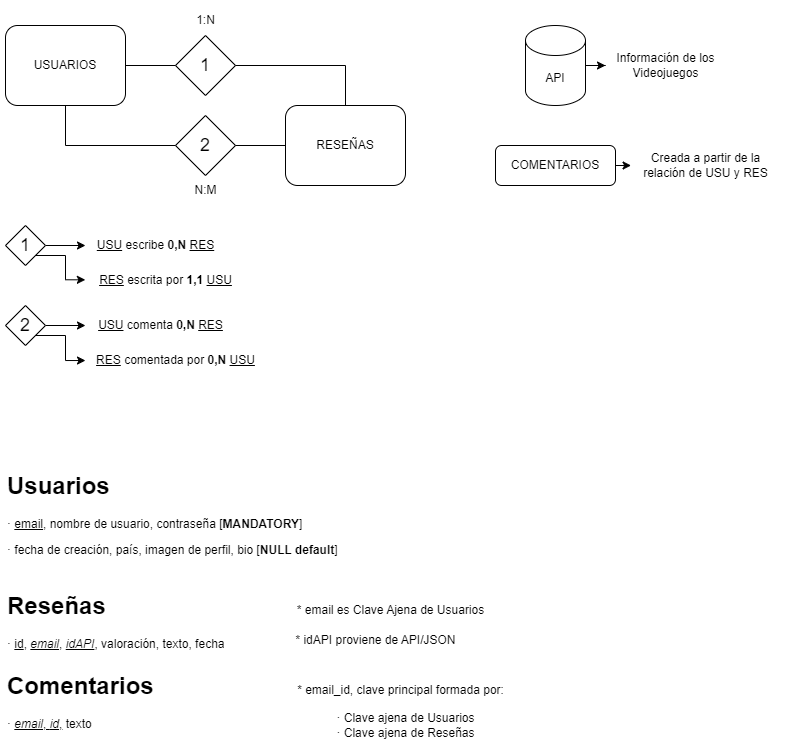
The draw.io diagram Critical Level Database.drawio.png in Jozaru27/Critical-Level, before a commit. Source tidied: cells renumbered, new cells last; positions are measured from the earlier drawing's top-left corner, leaving out a move shared by most shapes.
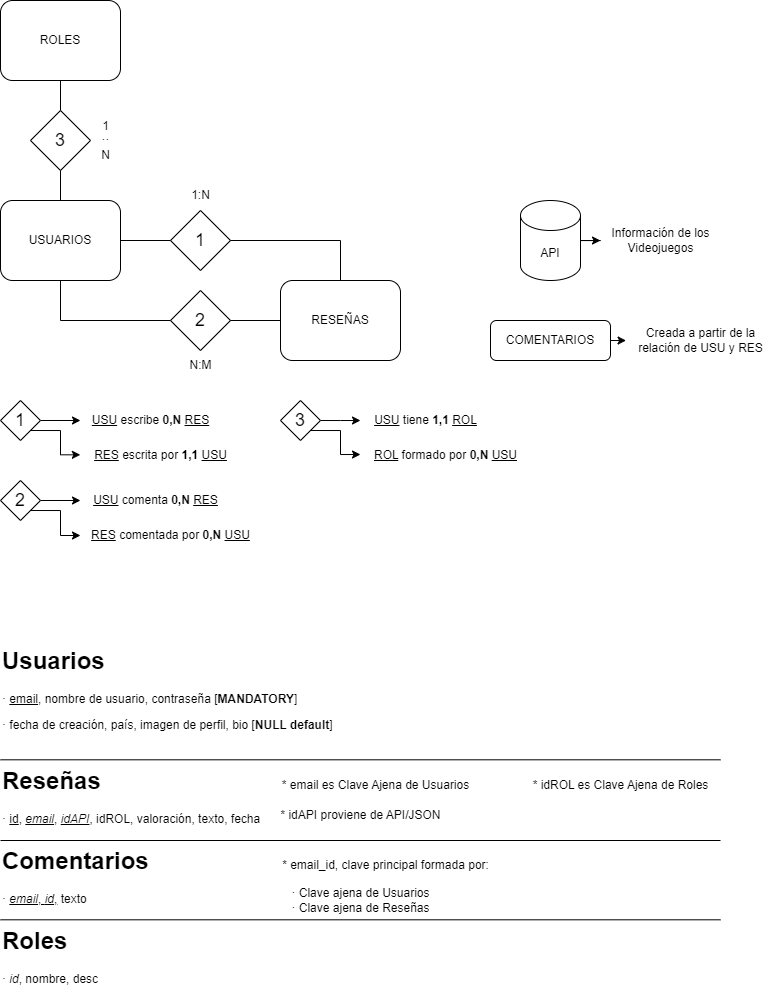
Above is the later version.

Change to the diagram source:
```diff
@@ -87,23 +87,23 @@
     <mxCell id="26" value="&lt;h1 style=&quot;margin-top: 0px;&quot;&gt;Usuarios&lt;/h1&gt;&lt;p&gt;· &lt;u&gt;email&lt;/u&gt;, nombre de usuario, contraseña [&lt;b&gt;MANDATORY&lt;/b&gt;]&lt;/p&gt;&lt;p&gt;· fecha de creación, país, imagen de perfil, bio [&lt;b&gt;NULL default&lt;/b&gt;]&lt;/p&gt;" style="text;html=1;whiteSpace=wrap;overflow=hidden;rounded=0;" parent="1" vertex="1">
       <mxGeometry y="460" width="400" height="120" as="geometry" />
     </mxCell>
-    <mxCell id="27" value="&lt;h1 style=&quot;margin-top: 0px;&quot;&gt;Reseñas&lt;/h1&gt;&lt;p&gt;· &lt;u&gt;id&lt;/u&gt;, &lt;i&gt;&lt;u&gt;email&lt;/u&gt;&lt;/i&gt;, &lt;i&gt;&lt;u&gt;idAPI&lt;/u&gt;&lt;/i&gt;, valoración, texto, fecha&lt;/p&gt;" style="text;html=1;whiteSpace=wrap;overflow=hidden;rounded=0;" parent="1" vertex="1">
-      <mxGeometry y="580" width="240" height="80" as="geometry" />
+    <mxCell id="27" value="&lt;h1 style=&quot;margin-top: 0px;&quot;&gt;Reseñas&lt;/h1&gt;&lt;p&gt;· &lt;u&gt;id&lt;/u&gt;, &lt;i&gt;&lt;u&gt;email&lt;/u&gt;&lt;/i&gt;, &lt;i&gt;&lt;u&gt;idAPI&lt;/u&gt;&lt;/i&gt;, idROL, valoración, texto, fecha&lt;/p&gt;" style="text;html=1;whiteSpace=wrap;overflow=hidden;rounded=0;" parent="1" vertex="1">
+      <mxGeometry y="580" width="280" height="80" as="geometry" />
     </mxCell>
     <mxCell id="28" value="&lt;h1 style=&quot;margin-top: 0px;&quot;&gt;Comentarios&lt;/h1&gt;&lt;p&gt;· &lt;u&gt;&lt;i&gt;email&lt;/i&gt;, &lt;i&gt;id&lt;/i&gt;,&lt;/u&gt; texto&lt;/p&gt;" style="text;html=1;whiteSpace=wrap;overflow=hidden;rounded=0;" parent="1" vertex="1">
       <mxGeometry y="660" width="240" height="80" as="geometry" />
     </mxCell>
     <mxCell id="29" value="* email es Clave Ajena de Usuarios" style="text;html=1;align=center;verticalAlign=middle;strokeColor=none;fillColor=none;" parent="1" vertex="1">
-      <mxGeometry x="280" y="590" width="210" height="30" as="geometry" />
+      <mxGeometry x="270" y="590" width="210" height="30" as="geometry" />
     </mxCell>
     <mxCell id="30" value="* idAPI proviene de API/JSON" style="text;html=1;align=center;verticalAlign=middle;strokeColor=none;fillColor=none;" parent="1" vertex="1">
-      <mxGeometry x="280" y="620" width="180" height="30" as="geometry" />
+      <mxGeometry x="270" y="620" width="180" height="30" as="geometry" />
     </mxCell>
     <mxCell id="31" value="* email_id, clave principal formada por:" style="text;html=1;align=center;verticalAlign=middle;strokeColor=none;fillColor=none;" parent="1" vertex="1">
-      <mxGeometry x="280" y="670" width="230" height="30" as="geometry" />
+      <mxGeometry x="270" y="670" width="230" height="30" as="geometry" />
     </mxCell>
     <mxCell id="32" value="· Clave ajena de Usuarios&lt;div&gt;· Clave ajena de Reseñas&lt;/div&gt;" style="text;html=1;align=center;verticalAlign=middle;strokeColor=none;fillColor=none;" parent="1" vertex="1">
-      <mxGeometry x="320" y="700" width="160" height="40" as="geometry" />
+      <mxGeometry x="280" y="700" width="160" height="40" as="geometry" />
     </mxCell>
     <mxCell id="33" value="Información de los&lt;div&gt;Videojuegos&lt;/div&gt;" style="text;html=1;align=center;verticalAlign=middle;points=[];strokeColor=none;fillColor=none;" parent="1" vertex="1">
       <mxGeometry x="600" y="40" width="120" height="40" as="geometry" />
@@ -117,5 +117,66 @@
     <mxCell id="36" style="edgeStyle=orthogonalEdgeStyle;rounded=0;jettySize=auto;html=1;exitX=1;exitY=0.5;exitDx=0;exitDy=0;entryX=0.004;entryY=0.503;entryDx=0;entryDy=0;entryPerimeter=0;" parent="1" edge="1" source="34" target="35">
       <mxGeometry relative="1" as="geometry" />
     </mxCell>
+    <mxCell id="37" value="ROLES" style="rounded=1;whiteSpace=wrap;html=1;" parent="1" vertex="1">
+      <mxGeometry y="-180" width="120" height="80" as="geometry" />
+    </mxCell>
+    <mxCell id="38" style="endArrow=none;html=1;rounded=0;entryX=0.5;entryY=1;entryDx=0;entryDy=0;exitX=0.5;exitY=0;exitDx=0;exitDy=0;" parent="1" edge="1" source="2" target="39">
+      <mxGeometry relative="1" as="geometry" />
+    </mxCell>
+    <mxCell id="39" value="&lt;font style=&quot;font-size: 18px;&quot;&gt;3&lt;/font&gt;" style="rhombus;whiteSpace=wrap;html=1;" parent="1" vertex="1">
+      <mxGeometry x="30" y="-70" width="60" height="60" as="geometry" />
+    </mxCell>
+    <mxCell id="40" style="endArrow=none;html=1;rounded=0;entryX=0.5;entryY=1;entryDx=0;entryDy=0;exitX=0.5;exitY=0;exitDx=0;exitDy=0;" parent="1" edge="1" source="39" target="37">
+      <mxGeometry relative="1" as="geometry" />
+    </mxCell>
+    <mxCell id="41" style="edgeStyle=orthogonalEdgeStyle;rounded=0;jettySize=auto;html=1;exitX=1;exitY=0.5;exitDx=0;exitDy=0;" parent="1" edge="1" source="42">
+      <mxGeometry relative="1" as="geometry">
+        <mxPoint x="360" y="240" as="targetPoint" />
+      </mxGeometry>
+    </mxCell>
+    <mxCell id="42" value="&lt;font style=&quot;font-size: 18px;&quot;&gt;3&lt;/font&gt;" style="rhombus;whiteSpace=wrap;html=1;" parent="1" vertex="1">
+      <mxGeometry x="280" y="220" width="40" height="40" as="geometry" />
+    </mxCell>
+    <mxCell id="43" style="edgeStyle=orthogonalEdgeStyle;rounded=0;jettySize=auto;html=1;exitX=1;exitY=1;exitDx=0;exitDy=0;entryX=-0.001;entryY=0.478;entryDx=0;entryDy=0;entryPerimeter=0;" parent="1" edge="1" source="42">
+      <mxGeometry relative="1" as="geometry">
+        <mxPoint x="360" y="274" as="targetPoint" />
+        <Array as="points">
+          <mxPoint x="340" y="250" />
+          <mxPoint x="340" y="274" />
+        </Array>
+      </mxGeometry>
+    </mxCell>
+    <mxCell id="44" value="&lt;u&gt;USU&lt;/u&gt; tiene &lt;b&gt;1,1&lt;/b&gt; &lt;u&gt;ROL&lt;/u&gt;" style="text;html=1;align=center;verticalAlign=middle;strokeColor=none;fillColor=none;" parent="1" vertex="1">
+      <mxGeometry x="360" y="225" width="130" height="30" as="geometry" />
+    </mxCell>
+    <mxCell id="45" value="&lt;u&gt;ROL&lt;/u&gt; formado por &lt;b&gt;0,N&lt;/b&gt; &lt;u&gt;USU&lt;/u&gt;" style="text;html=1;align=center;verticalAlign=middle;strokeColor=none;fillColor=none;" parent="1" vertex="1">
+      <mxGeometry x="360" y="260" width="170" height="30" as="geometry" />
+    </mxCell>
+    <mxCell id="46" value="1&lt;br&gt;··&lt;br&gt;N" style="text;html=1;align=center;verticalAlign=middle;strokeColor=none;fillColor=none;" parent="1" vertex="1">
+      <mxGeometry x="90" y="-70" width="30" height="60" as="geometry" />
+    </mxCell>
+    <mxCell id="47" value="&lt;h1 style=&quot;margin-top: 0px;&quot;&gt;Roles&lt;/h1&gt;&lt;p&gt;· &lt;i&gt;id&lt;/i&gt;, nombre, desc&lt;/p&gt;" style="text;html=1;whiteSpace=wrap;overflow=hidden;rounded=0;" parent="1" vertex="1">
+      <mxGeometry y="740" width="240" height="80" as="geometry" />
+    </mxCell>
+    <mxCell id="48" value="* idROL es Clave Ajena de Roles" style="text;html=1;align=center;verticalAlign=middle;strokeColor=none;fillColor=none;" parent="1" vertex="1">
+      <mxGeometry x="520" y="590" width="200" height="30" as="geometry" />
+    </mxCell>
+    <mxCell id="49" style="endArrow=none;html=1;rounded=0;exitX=0;exitY=1;exitDx=0;exitDy=0;" parent="1" edge="1" source="27">
+      <mxGeometry relative="1" as="geometry">
+        <mxPoint x="720" y="660" as="targetPoint" />
+      </mxGeometry>
+    </mxCell>
+    <mxCell id="50" style="endArrow=none;html=1;rounded=0;exitX=0;exitY=1;exitDx=0;exitDy=0;" parent="1" edge="1">
+      <mxGeometry relative="1" as="geometry">
+        <mxPoint y="739.3" as="sourcePoint" />
+        <mxPoint x="720" y="739.3" as="targetPoint" />
+      </mxGeometry>
+    </mxCell>
+    <mxCell id="51" style="endArrow=none;html=1;rounded=0;exitX=0;exitY=1;exitDx=0;exitDy=0;" parent="1" edge="1">
+      <mxGeometry relative="1" as="geometry">
+        <mxPoint y="579.3" as="sourcePoint" />
+        <mxPoint x="720" y="579.3" as="targetPoint" />
+      </mxGeometry>
+    </mxCell>
   </root>
 </mxGraphModel>
```
